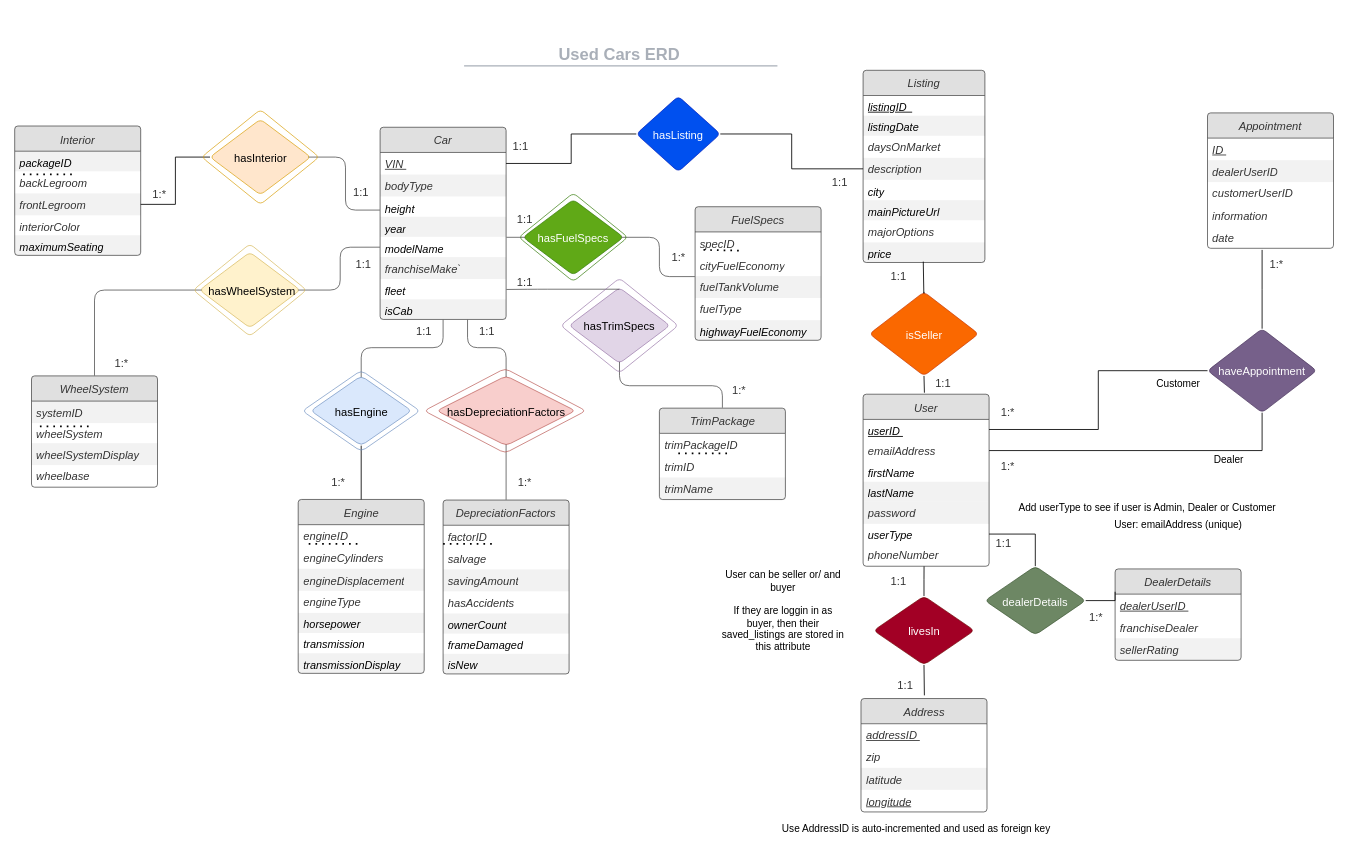
The draw.io diagram Database/draw.io files/ERD-Draft.drawio in abmfocus4/UsedCars-db, before the edit. Source tidied: cells renumbered, new cells numbered last; positions are measured from the earlier drawing's top-left corner, leaving out a move shared by most shapes. Both pictures are drawn from the tidied source at 84%, with x=0, y=0 at pixel (14, 40).
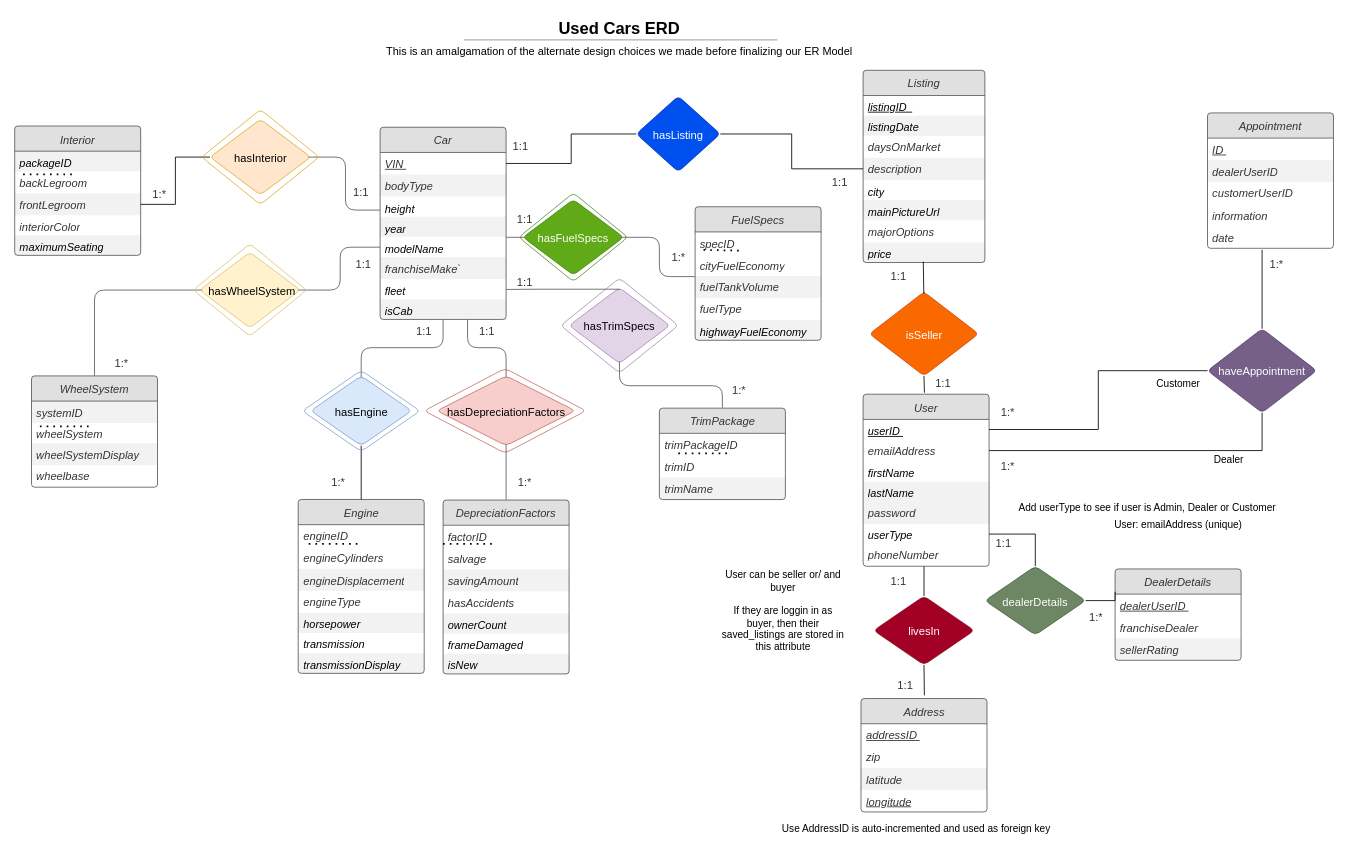
After the change.

Diff of the diagram source:
```diff
@@
     <mxCell id="11" style="group;" parent="1" vertex="1">
-      <mxGeometry x="400" width="640" height="45" as="geometry" />
+      <mxGeometry x="400" y="-31" width="640" height="45" as="geometry" />
     </mxCell>
-    <mxCell id="12" value="Used Cars ERD" style="html=1;overflow=block;blockSpacing=1;whiteSpace=wrap;whiteSpace=wrap;fontSize=19.7;fontColor=#a9afb8;fontStyle=1;align=center;spacingLeft=7;spacingRight=7;spacingTop=2;spacing=3;strokeOpacity=0;fillOpacity=0;rounded=1;absoluteArcSize=1;arcSize=12;fillColor=#ffffff;strokeWidth=1.5;" parent="11" vertex="1">
+    <mxCell id="12" value="&lt;font color=&quot;#000000&quot;&gt;Used Cars ERD&lt;/font&gt;" style="html=1;overflow=block;blockSpacing=1;whiteSpace=wrap;whiteSpace=wrap;fontSize=19.7;fontColor=#a9afb8;fontStyle=1;align=center;spacingLeft=7;spacingRight=7;spacingTop=2;spacing=3;strokeOpacity=0;fillOpacity=0;rounded=1;absoluteArcSize=1;arcSize=12;fillColor=#ffffff;strokeWidth=1.5;" parent="11" vertex="1">
       <mxGeometry width="640" height="31" as="geometry" />
     </mxCell>
-    <mxCell id="13" style="html=1;overflow=block;blockSpacing=1;whiteSpace=wrap;whiteSpace=wrap;fontSize=13;align=center;spacingLeft=7;spacingRight=7;spacingTop=2;spacing=3;strokeOpacity=0;fillOpacity=0;rounded=1;absoluteArcSize=1;arcSize=12;fillColor=#ffffff;strokeWidth=1.5;" parent="11" vertex="1">
+    <mxCell id="13" value="This is an amalgamation of the alternate design choices we made before finalizing our ER Model" style="html=1;overflow=block;blockSpacing=1;whiteSpace=wrap;whiteSpace=wrap;fontSize=13;align=center;spacingLeft=7;spacingRight=7;spacingTop=2;spacing=3;strokeOpacity=0;fillOpacity=0;rounded=1;absoluteArcSize=1;arcSize=12;fillColor=#ffffff;strokeWidth=1.5;" parent="11" vertex="1">
       <mxGeometry y="31" width="640" height="14" as="geometry" />
     </mxCell>
```
